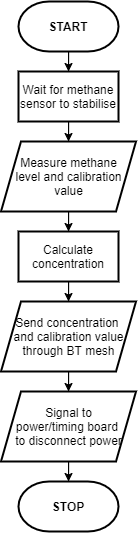
Earlier version of the draw.io export top-level-flowchart-device.png (awkwardMathNerd/kyamites-brown). Source tidied: cells renumbered, new cells last; positions are measured from the earlier drawing's top-left corner, leaving out a move shared by most shapes.
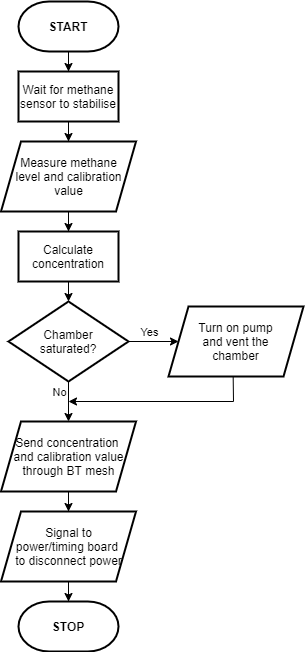
Above is the later version.

Change to the diagram source:
```diff
@@ -9,7 +9,7 @@
       <mxGeometry x="18" width="100" height="50" as="geometry" />
     </mxCell>
     <mxCell id="4" value="&lt;b&gt;STOP&lt;/b&gt;" style="strokeWidth=2;html=1;shape=mxgraph.flowchart.terminator;whiteSpace=wrap;" parent="1" vertex="1">
-      <mxGeometry x="18" y="480" width="100" height="50" as="geometry" />
+      <mxGeometry x="18" y="600" width="100" height="50" as="geometry" />
     </mxCell>
     <mxCell id="5" style="edgeStyle=orthogonalEdgeStyle;rounded=0;jettySize=auto;html=1;entryX=0.5;entryY=0;entryDx=0;entryDy=0;" parent="1" edge="1" source="6" target="10">
       <mxGeometry relative="1" as="geometry" />
@@ -23,9 +23,9 @@
     <mxCell id="8" value="Wait for methane sensor to stabilise" style="rounded=0;whiteSpace=wrap;html=1;strokeWidth=2;" parent="1" vertex="1">
       <mxGeometry x="18" y="70" width="100" height="50" as="geometry" />
     </mxCell>
-    <mxCell id="9" style="edgeStyle=orthogonalEdgeStyle;rounded=0;jettySize=auto;html=1;entryX=0.5;entryY=0;entryDx=0;entryDy=0;" parent="1" edge="1" source="10" target="12">
-      <mxGeometry relative="1" as="geometry" />
-    </mxCell>
+    <mxCell id="15" style="edgeStyle=orthogonalEdgeStyle;rounded=0;jettySize=auto;html=1;exitX=0.5;exitY=1;exitDx=0;exitDy=0;entryX=0.5;entryY=0;entryDx=0;entryDy=0;entryPerimeter=0;" parent="1" edge="1" source="10" target="20">
+      <mxGeometry relative="1" as="geometry" />
+    </mxCell>
     <mxCell id="10" value="Calculate concentration" style="rounded=0;whiteSpace=wrap;html=1;strokeWidth=2;" parent="1" vertex="1">
       <mxGeometry x="18" y="230" width="100" height="50" as="geometry" />
     </mxCell>
@@ -33,13 +33,43 @@
       <mxGeometry relative="1" as="geometry" />
     </mxCell>
     <mxCell id="12" value="Send concentration &lt;br&gt;and calibration value through BT mesh" style="shape=parallelogram;perimeter=parallelogramPerimeter;whiteSpace=wrap;html=1;fixedSize=1;strokeWidth=2;" parent="1" vertex="1">
-      <mxGeometry x="0.5" y="300" width="135" height="70" as="geometry" />
+      <mxGeometry x="0.5" y="420" width="135" height="70" as="geometry" />
     </mxCell>
     <mxCell id="13" style="edgeStyle=orthogonalEdgeStyle;rounded=0;jettySize=auto;html=1;entryX=0.5;entryY=0;entryDx=0;entryDy=0;entryPerimeter=0;" parent="1" edge="1" source="14" target="4">
       <mxGeometry relative="1" as="geometry" />
     </mxCell>
     <mxCell id="14" value="Signal to&lt;br&gt;power/timing board&amp;nbsp;&lt;br&gt;to disconnect power" style="shape=parallelogram;perimeter=parallelogramPerimeter;whiteSpace=wrap;html=1;fixedSize=1;strokeWidth=2;" parent="1" vertex="1">
-      <mxGeometry x="0.5" y="390" width="135" height="70" as="geometry" />
+      <mxGeometry x="0.5" y="510" width="135" height="70" as="geometry" />
     </mxCell>
+    <mxCell id="16" style="edgeStyle=orthogonalEdgeStyle;rounded=0;jettySize=auto;html=1;entryX=0;entryY=0.5;entryDx=0;entryDy=0;" parent="1" edge="1" source="20" target="21">
+      <mxGeometry relative="1" as="geometry" />
+    </mxCell>
+    <mxCell id="17" value="Yes" style="edgeLabel;html=1;align=center;verticalAlign=middle;" parent="16" vertex="1">
+      <mxGeometry x="-0.2" y="2" relative="1" as="geometry">
+        <mxPoint y="-8" as="offset" />
+      </mxGeometry>
+    </mxCell>
+    <mxCell id="18" style="edgeStyle=orthogonalEdgeStyle;rounded=0;jettySize=auto;html=1;entryX=0.5;entryY=0;entryDx=0;entryDy=0;" parent="1" edge="1" source="20" target="12">
+      <mxGeometry relative="1" as="geometry" />
+    </mxCell>
+    <mxCell id="19" value="No" style="edgeLabel;html=1;align=center;verticalAlign=middle;" parent="18" vertex="1">
+      <mxGeometry x="-0.26" y="-1" relative="1" as="geometry">
+        <mxPoint x="-9" y="-4.9" as="offset" />
+      </mxGeometry>
+    </mxCell>
+    <mxCell id="20" value="Chamber&lt;br&gt;saturated?" style="strokeWidth=2;html=1;shape=mxgraph.flowchart.decision;whiteSpace=wrap;" parent="1" vertex="1">
+      <mxGeometry x="8" y="300" width="120" height="80" as="geometry" />
+    </mxCell>
+    <mxCell id="21" value="Turn on pump&lt;br&gt;and vent the&lt;br&gt;chamber" style="shape=parallelogram;perimeter=parallelogramPerimeter;whiteSpace=wrap;html=1;fixedSize=1;strokeWidth=2;" parent="1" vertex="1">
+      <mxGeometry x="168" y="305" width="135" height="70" as="geometry" />
+    </mxCell>
+    <mxCell id="22" style="endArrow=classic;html=1;exitX=0.479;exitY=0.994;exitDx=0;exitDy=0;exitPerimeter=0;rounded=0;" parent="1" edge="1" source="21">
+      <mxGeometry relative="1" as="geometry">
+        <mxPoint x="68" y="400" as="targetPoint" />
+        <Array as="points">
+          <mxPoint x="233" y="400" />
+        </Array>
+      </mxGeometry>
+    </mxCell>
   </root>
 </mxGraphModel>
```
